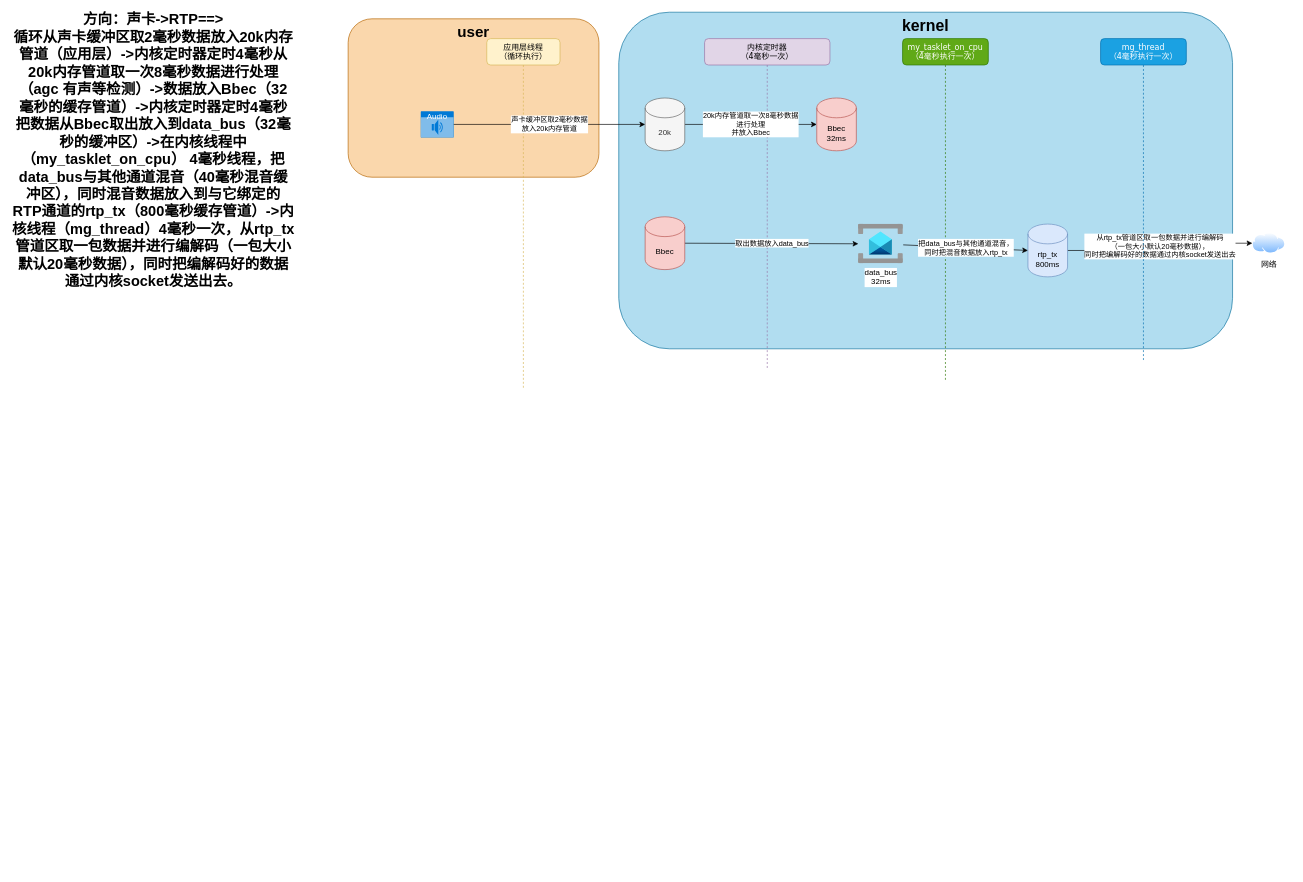
uyuy2043/yy keeps this draw.io diagram as cwp缓冲区数据流图.drawio. Above is the earlier version. Source tidied: cells renumbered, new cells numbered last; positions are measured from the earlier drawing's top-left corner, leaving out a move shared by most shapes. Both pictures are drawn from the tidied source at 66%, with x=0, y=0 at pixel (11, 12).
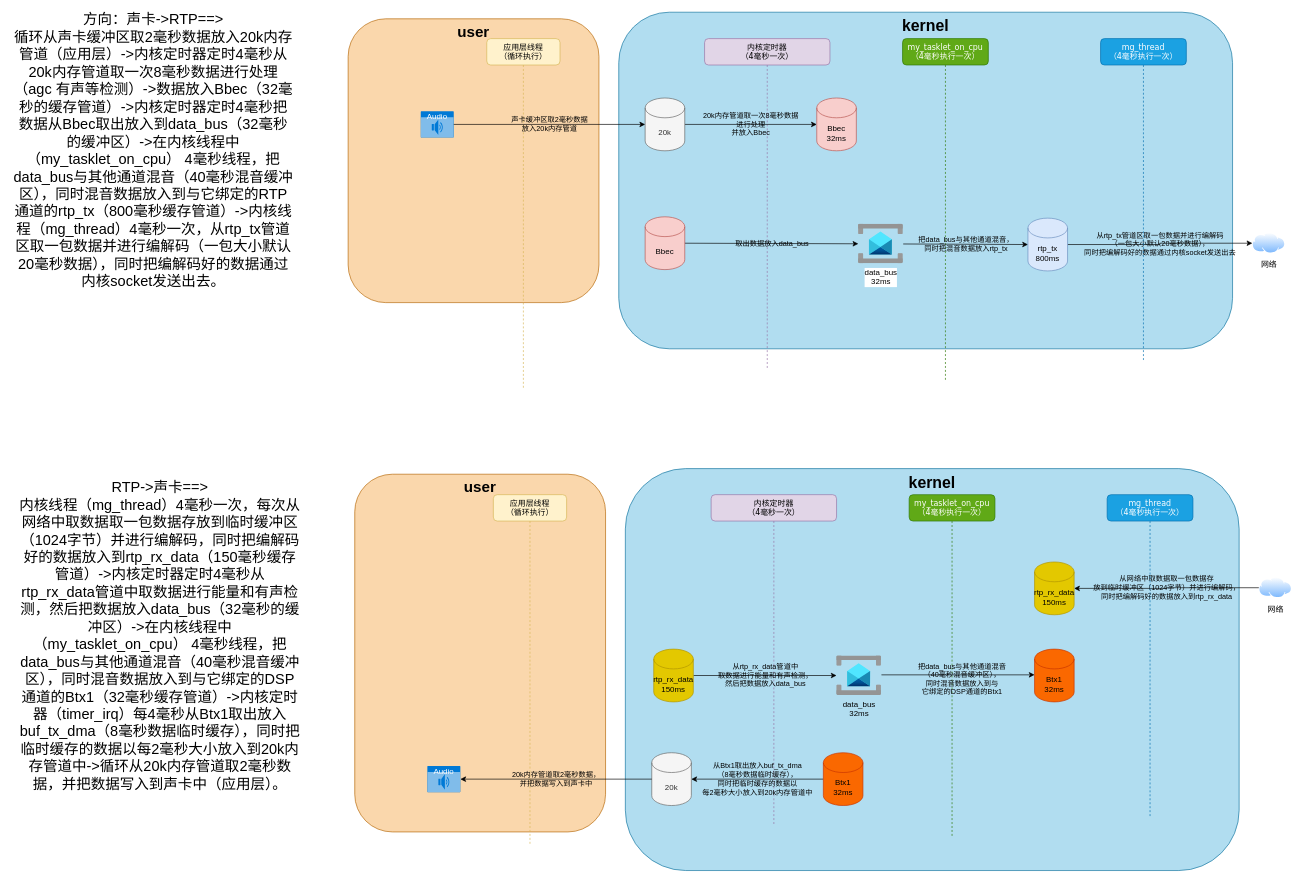
The same page after the edit.

Commit message (it also covers changes not shown here):
更新cwp缓冲区数据流图.drawio

The change refers to these unchanged cells:
```xml
<mxCell id="5" value="Audio" style="html=1;whiteSpace=wrap;strokeColor=none;fillColor=#0079D6;labelPosition=center;verticalLabelPosition=middle;verticalAlign=top;align=center;fontSize=12;outlineConnect=0;spacingTop=-6;fontColor=#FFFFFF;sketch=0;shape=mxgraph.sitemap.audio;" parent="1" vertex="1">
  <mxGeometry x="620" y="150" width="50" height="40" as="geometry" />
</mxCell>
<mxCell id="8" value="20k" style="shape=cylinder3;whiteSpace=wrap;html=1;boundedLbl=1;backgroundOutline=1;size=15;fillColor=#f5f5f5;fontColor=#333333;strokeColor=#666666;" parent="1" vertex="1">
  <mxGeometry x="960" y="130" width="60" height="80" as="geometry" />
</mxCell>
<mxCell id="10" value="Bbec&lt;br&gt;32ms" style="shape=cylinder3;whiteSpace=wrap;html=1;boundedLbl=1;backgroundOutline=1;size=15;fillColor=#f8cecc;strokeColor=#b85450;" parent="1" vertex="1">
  <mxGeometry x="1220" y="130" width="60" height="80" as="geometry" />
</mxCell>
<mxCell id="16" value="Bbec" style="shape=cylinder3;whiteSpace=wrap;html=1;boundedLbl=1;backgroundOutline=1;size=15;fillColor=#f8cecc;strokeColor=#b85450;" parent="1" vertex="1">
  <mxGeometry x="960" y="310" width="60" height="80" as="geometry" />
</mxCell>
<mxCell id="18" value="网络" style="image;perimeter=ellipsePerimeter;html=1;align=center;shadow=0;dashed=0;spacingTop=3;image=img/lib/active_directory/internet_cloud.svg;" parent="1" vertex="1">
  <mxGeometry x="1880" y="334.2" width="50" height="31.5" as="geometry" />
</mxCell>
<mxCell id="19" value="data_bus&lt;br&gt;32ms" style="image;html=1;points=[];align=center;fontSize=12;image=img/lib/azure2/integration/Service_Bus.svg;" parent="1" vertex="1">
  <mxGeometry x="1283" y="321" width="68" height="60" as="geometry" />
</mxCell>
```

Change to the diagram source:
```diff
@@
     <mxCell id="2" value="user" style="rounded=1;whiteSpace=wrap;html=1;fillColor=#fad7ac;strokeColor=#b46504;verticalAlign=top;fontStyle=1;fontSize=23;" parent="1" vertex="1">
-      <mxGeometry x="510" y="10" width="380" height="240" as="geometry" />
+      <mxGeometry x="510" y="10" width="380" height="430" as="geometry" />
     </mxCell>
@@
-    <mxCell id="7" value="20k内存管道取一次8毫秒数据&lt;br&gt;进行处理&lt;br&gt;并放入Bbec" style="edgeStyle=orthogonalEdgeStyle;rounded=0;jettySize=auto;html=1;" parent="1" edge="1" source="8" target="10">
+    <mxCell id="7" value="20k内存管道取一次8毫秒数据&lt;br&gt;进行处理&lt;br&gt;并放入Bbec" style="edgeStyle=orthogonalEdgeStyle;rounded=0;jettySize=auto;html=1;labelBackgroundColor=none;" parent="1" edge="1" source="8" target="10">
       <mxGeometry relative="1" as="geometry" />
     </mxCell>
@@
-    <mxCell id="9" value="取出数据放入data_bus" style="rounded=0;jettySize=auto;html=1;exitX=1;exitY=0.5;exitDx=0;exitDy=0;exitPerimeter=0;" parent="1" edge="1" source="16" target="19">
+    <mxCell id="9" value="取出数据放入data_bus" style="rounded=0;jettySize=auto;html=1;exitX=1;exitY=0.5;exitDx=0;exitDy=0;exitPerimeter=0;labelBackgroundColor=none;" parent="1" edge="1" source="16" target="19">
       <mxGeometry relative="1" as="geometry" />
     </mxCell>
@@
-    <mxCell id="11" value="声卡缓冲区取2毫秒数据&lt;br&gt;放入20k内存管道" style="edgeStyle=orthogonalEdgeStyle;rounded=0;jettySize=auto;html=1;entryX=0;entryY=0.5;entryDx=0;entryDy=0;entryPerimeter=0;" parent="1" edge="1" source="5" target="8">
+    <mxCell id="11" value="声卡缓冲区取2毫秒数据&lt;br&gt;放入20k内存管道" style="edgeStyle=orthogonalEdgeStyle;rounded=0;jettySize=auto;html=1;entryX=0;entryY=0.5;entryDx=0;entryDy=0;entryPerimeter=0;shadow=0;fontColor=default;labelBackgroundColor=none;" parent="1" edge="1" source="5" target="8">
       <mxGeometry relative="1" as="geometry" />
     </mxCell>
@@
-    <mxCell id="13" value="从rtp_tx管道区取一包数据并进行编解码&lt;br&gt;（一包大小默认20毫秒数据），&lt;br&gt;同时把编解码好的数据通过内核socket发送出去" style="edgeStyle=orthogonalEdgeStyle;rounded=0;jettySize=auto;html=1;" parent="1" edge="1" source="14" target="18">
+    <mxCell id="13" value="从rtp_tx管道区取一包数据并进行编解码&lt;br&gt;（一包大小默认20毫秒数据），&lt;br&gt;同时把编解码好的数据通过内核socket发送出去" style="edgeStyle=orthogonalEdgeStyle;rounded=0;jettySize=auto;html=1;labelBackgroundColor=none;" parent="1" edge="1" source="14" target="18">
       <mxGeometry relative="1" as="geometry" />
     </mxCell>
     <mxCell id="14" value="rtp_tx&lt;br&gt;800ms" style="shape=cylinder3;whiteSpace=wrap;html=1;boundedLbl=1;backgroundOutline=1;size=15;fillColor=#dae8fc;strokeColor=#6c8ebf;" parent="1" vertex="1">
-      <mxGeometry x="1540" y="321" width="60" height="80" as="geometry" />
+      <mxGeometry x="1540" y="312" width="60" height="80" as="geometry" />
     </mxCell>
-    <mxCell id="15" value="把data_bus与其他通道混音，&lt;br&gt;同时把混音数据放入rtp_tx" style="rounded=0;jettySize=auto;html=1;entryX=0;entryY=0.5;entryDx=0;entryDy=0;entryPerimeter=0;" parent="1" edge="1" source="19" target="14">
+    <mxCell id="15" value="把data_bus与其他通道混音，&lt;br&gt;同时把混音数据放入rtp_tx" style="rounded=0;jettySize=auto;html=1;entryX=0;entryY=0.5;entryDx=0;entryDy=0;entryPerimeter=0;labelBackgroundColor=none;" parent="1" edge="1" source="19" target="14">
       <mxGeometry relative="1" as="geometry" />
     </mxCell>
@@
-    <mxCell id="20" value="&lt;div style=&quot;font-size: 22px;&quot;&gt;&lt;b style=&quot;&quot;&gt;&lt;font style=&quot;font-size: 22px;&quot;&gt;方向：声卡-&amp;gt;RTP==&amp;gt;&lt;/font&gt;&lt;/b&gt;&lt;/div&gt;&lt;div style=&quot;font-size: 22px;&quot;&gt;&lt;b style=&quot;&quot;&gt;&lt;font style=&quot;font-size: 22px;&quot;&gt;循环从声卡缓冲区取2毫秒数据放入20k内存管道（应用层）-&amp;gt;内核定时器定时4毫秒从20k内存管道取一次8毫秒数据进行处理（agc 有声等检测）-&amp;gt;数据放入Bbec（32毫秒的缓存管道）-&amp;gt;内核定时器定时4毫秒把数据从Bbec取出放入到data_bus（32毫秒的缓冲区）-&amp;gt;在内核线程中（my_tasklet_on_cpu） 4毫秒线程，把data_bus与其他通道混音（40毫秒混音缓冲区），同时混音数据放入到与它绑定的RTP通道的rtp_tx（800毫秒缓存管道）-&amp;gt;内核线程（mg_thread）4毫秒一次，从rtp_tx管道区取一包数据并进行编解码（一包大小默认20毫秒数据），同时把编解码好的数据通过内核socket发送出去。&lt;/font&gt;&lt;/b&gt;&lt;/div&gt;" style="text;html=1;strokeColor=none;fillColor=none;align=center;verticalAlign=middle;whiteSpace=wrap;rounded=0;" parent="1" vertex="1">
+    <mxCell id="20" value="&lt;div style=&quot;font-size: 22px;&quot;&gt;&lt;span style=&quot;&quot;&gt;&lt;font style=&quot;font-size: 22px;&quot;&gt;方向：声卡-&amp;gt;RTP==&amp;gt;&lt;/font&gt;&lt;/span&gt;&lt;/div&gt;&lt;div style=&quot;font-size: 22px;&quot;&gt;&lt;span style=&quot;&quot;&gt;&lt;font style=&quot;font-size: 22px;&quot;&gt;循环从声卡缓冲区取2毫秒数据放入20k内存管道（应用层）-&amp;gt;内核定时器定时4毫秒从20k内存管道取一次8毫秒数据进行处理（agc 有声等检测）-&amp;gt;数据放入Bbec（32毫秒的缓存管道）-&amp;gt;内核定时器定时4毫秒把数据从Bbec取出放入到data_bus（32毫秒的缓冲区）-&amp;gt;在内核线程中（my_tasklet_on_cpu） 4毫秒线程，把data_bus与其他通道混音（40毫秒混音缓冲区），同时混音数据放入到与它绑定的RTP通道的rtp_tx（800毫秒缓存管道）-&amp;gt;内核线程（mg_thread）4毫秒一次，从rtp_tx管道区取一包数据并进行编解码（一包大小默认20毫秒数据），同时把编解码好的数据通过内核socket发送出去。&lt;/font&gt;&lt;/span&gt;&lt;/div&gt;" style="text;html=1;strokeColor=none;fillColor=none;align=center;verticalAlign=middle;whiteSpace=wrap;rounded=0;fontStyle=0;" parent="1" vertex="1">
       <mxGeometry y="10" width="430" height="400" as="geometry" />
     </mxCell>
+    <mxCell id="21" value="user" style="rounded=1;whiteSpace=wrap;html=1;fillColor=#fad7ac;strokeColor=#b46504;verticalAlign=top;fontStyle=1;fontSize=23;" parent="1" vertex="1">
+      <mxGeometry x="520" y="700" width="380" height="542" as="geometry" />
+    </mxCell>
+    <mxCell id="22" value="kernel" style="rounded=1;whiteSpace=wrap;html=1;fillColor=#b1ddf0;strokeColor=#10739e;verticalAlign=top;fontStyle=1;fontSize=24;" parent="1" vertex="1">
+      <mxGeometry x="930" y="691.5" width="930" height="609" as="geometry" />
+    </mxCell>
+    <mxCell id="23" value="应用层线程&lt;br&gt;（循环执行）" style="shape=umlLifeline;perimeter=lifelinePerimeter;whiteSpace=wrap;html=1;rounded=1;shadow=0;comic=0;labelBackgroundColor=none;strokeWidth=1;fontFamily=Verdana;fontSize=12;align=center;fillColor=#fff2cc;strokeColor=#d6b656;" parent="1" vertex="1">
+      <mxGeometry x="730" y="731" width="111" height="530" as="geometry" />
+    </mxCell>
+    <mxCell id="24" value="Audio" style="html=1;whiteSpace=wrap;strokeColor=none;fillColor=#0079D6;labelPosition=center;verticalLabelPosition=middle;verticalAlign=top;align=center;fontSize=12;outlineConnect=0;spacingTop=-6;fontColor=#FFFFFF;sketch=0;shape=mxgraph.sitemap.audio;" parent="1" vertex="1">
+      <mxGeometry x="630" y="1142" width="50" height="40" as="geometry" />
+    </mxCell>
+    <mxCell id="25" value="内核定时器&lt;br&gt;（4毫秒一次）" style="shape=umlLifeline;perimeter=lifelinePerimeter;whiteSpace=wrap;html=1;rounded=1;shadow=0;comic=0;labelBackgroundColor=none;strokeWidth=1;fontFamily=Verdana;fontSize=12;align=center;fillColor=#e1d5e7;strokeColor=#9673a6;" parent="1" vertex="1">
+      <mxGeometry x="1060" y="731" width="190" height="500" as="geometry" />
+    </mxCell>
+    <mxCell id="26" value="从Btx1取出放入buf_tx_dma&lt;br&gt;（8毫秒数据临时缓存），&lt;br&gt;同时把临时缓存的数据以&lt;br&gt;每2毫秒大小放入到20k内存管道中" style="edgeStyle=orthogonalEdgeStyle;rounded=0;jettySize=auto;html=1;startArrow=classic;startFill=1;endArrow=none;endFill=0;labelBackgroundColor=none;" parent="1" edge="1" source="27" target="29">
+      <mxGeometry relative="1" as="geometry" />
+    </mxCell>
+    <mxCell id="27" value="20k" style="shape=cylinder3;whiteSpace=wrap;html=1;boundedLbl=1;backgroundOutline=1;size=15;fillColor=#f5f5f5;fontColor=#333333;strokeColor=#666666;" parent="1" vertex="1">
+      <mxGeometry x="970" y="1122" width="60" height="80" as="geometry" />
+    </mxCell>
+    <mxCell id="28" value="从rtp_rx_data管道中&lt;br&gt;取数据进行能量和有声检测，&lt;br&gt;然后把数据放入data_bus" style="rounded=0;jettySize=auto;html=1;labelBackgroundColor=none;" parent="1" edge="1" source="40" target="38">
+      <mxGeometry relative="1" as="geometry" />
+    </mxCell>
+    <mxCell id="29" value="Btx1&lt;br&gt;32ms" style="shape=cylinder3;whiteSpace=wrap;html=1;boundedLbl=1;backgroundOutline=1;size=15;fillColor=#fa6800;strokeColor=#C73500;fontColor=#000000;" parent="1" vertex="1">
+      <mxGeometry x="1230" y="1122" width="60" height="80" as="geometry" />
+    </mxCell>
+    <mxCell id="30" value="20k内存管道取2毫秒数据，&lt;br&gt;并把数据写入到声卡中" style="edgeStyle=orthogonalEdgeStyle;rounded=0;jettySize=auto;html=1;entryX=0;entryY=0.5;entryDx=0;entryDy=0;entryPerimeter=0;startArrow=classic;startFill=1;endArrow=none;endFill=0;labelBackgroundColor=none;labelBorderColor=none;" parent="1" edge="1" source="24" target="27">
+      <mxGeometry relative="1" as="geometry" />
+    </mxCell>
+    <mxCell id="31" value="my_tasklet_on_cpu（4毫秒执行一次）" style="shape=umlLifeline;perimeter=lifelinePerimeter;whiteSpace=wrap;html=1;rounded=1;shadow=0;comic=0;labelBackgroundColor=none;strokeWidth=1;fontFamily=Verdana;fontSize=12;align=center;fillColor=#60a917;strokeColor=#2D7600;fontColor=#ffffff;" parent="1" vertex="1">
+      <mxGeometry x="1360" y="731" width="130" height="520" as="geometry" />
+    </mxCell>
+    <mxCell id="32" value="从网络中取数据取一包数据存&lt;br&gt;放到临时缓冲区（1024字节）并进行编解码，&lt;br&gt;同时把编解码好的数据放入到rtp_rx_data" style="edgeStyle=orthogonalEdgeStyle;rounded=0;jettySize=auto;html=1;startArrow=classic;startFill=1;endArrow=none;endFill=0;labelBackgroundColor=none;" parent="1" edge="1" source="33" target="36">
+      <mxGeometry relative="1" as="geometry" />
+    </mxCell>
+    <mxCell id="33" value="rtp_rx_data&lt;br&gt;150ms" style="shape=cylinder3;whiteSpace=wrap;html=1;boundedLbl=1;backgroundOutline=1;size=15;fillColor=#e3c800;strokeColor=#B09500;fontColor=#000000;" parent="1" vertex="1">
+      <mxGeometry x="1550" y="833" width="60" height="80" as="geometry" />
+    </mxCell>
+    <mxCell id="34" value="Btx1&lt;br&gt;32ms" style="shape=cylinder3;whiteSpace=wrap;html=1;boundedLbl=1;backgroundOutline=1;size=15;fillColor=#fa6800;strokeColor=#C73500;fontColor=#000000;" parent="1" vertex="1">
+      <mxGeometry x="1550" y="965" width="60" height="80" as="geometry" />
+    </mxCell>
+    <mxCell id="35" value="mg_thread&lt;br&gt;（4毫秒执行一次）" style="shape=umlLifeline;perimeter=lifelinePerimeter;whiteSpace=wrap;html=1;rounded=1;shadow=0;comic=0;labelBackgroundColor=none;strokeWidth=1;fontFamily=Verdana;fontSize=12;align=center;fillColor=#1ba1e2;strokeColor=#006EAF;fontColor=#ffffff;" parent="1" vertex="1">
+      <mxGeometry x="1660" y="731" width="130" height="490" as="geometry" />
+    </mxCell>
+    <mxCell id="36" value="网络" style="image;perimeter=ellipsePerimeter;html=1;align=center;shadow=0;dashed=0;spacingTop=3;image=img/lib/active_directory/internet_cloud.svg;" parent="1" vertex="1">
+      <mxGeometry x="1890" y="856.2" width="50" height="31.5" as="geometry" />
+    </mxCell>
+    <mxCell id="37" value="&lt;br&gt;&lt;span style=&quot;color: rgb(0, 0, 0); font-family: Helvetica; font-size: 11px; font-style: normal; font-variant-ligatures: normal; font-variant-caps: normal; font-weight: 400; letter-spacing: normal; orphans: 2; text-align: center; text-indent: 0px; text-transform: none; widows: 2; word-spacing: 0px; -webkit-text-stroke-width: 0px; text-decoration-thickness: initial; text-decoration-style: initial; text-decoration-color: initial; float: none; display: inline !important;&quot;&gt;把data_bus与其他通道混音&lt;/span&gt;&lt;br style=&quot;border-color: var(--border-color); color: rgb(0, 0, 0); font-family: Helvetica; font-size: 11px; font-style: normal; font-variant-ligatures: normal; font-variant-caps: normal; font-weight: 400; letter-spacing: normal; orphans: 2; text-align: center; text-indent: 0px; text-transform: none; widows: 2; word-spacing: 0px; -webkit-text-stroke-width: 0px; text-decoration-thickness: initial; text-decoration-style: initial; text-decoration-color: initial;&quot;&gt;&lt;span style=&quot;color: rgb(0, 0, 0); font-family: Helvetica; font-size: 11px; font-style: normal; font-variant-ligatures: normal; font-variant-caps: normal; font-weight: 400; letter-spacing: normal; orphans: 2; text-align: center; text-indent: 0px; text-transform: none; widows: 2; word-spacing: 0px; -webkit-text-stroke-width: 0px; text-decoration-thickness: initial; text-decoration-style: initial; text-decoration-color: initial; float: none; display: inline !important;&quot;&gt;（40毫秒混音缓冲区），&lt;/span&gt;&lt;br style=&quot;border-color: var(--border-color); color: rgb(0, 0, 0); font-family: Helvetica; font-size: 11px; font-style: normal; font-variant-ligatures: normal; font-variant-caps: normal; font-weight: 400; letter-spacing: normal; orphans: 2; text-align: center; text-indent: 0px; text-transform: none; widows: 2; word-spacing: 0px; -webkit-text-stroke-width: 0px; text-decoration-thickness: initial; text-decoration-style: initial; text-decoration-color: initial;&quot;&gt;&lt;span style=&quot;color: rgb(0, 0, 0); font-family: Helvetica; font-size: 11px; font-style: normal; font-variant-ligatures: normal; font-variant-caps: normal; font-weight: 400; letter-spacing: normal; orphans: 2; text-align: center; text-indent: 0px; text-transform: none; widows: 2; word-spacing: 0px; -webkit-text-stroke-width: 0px; text-decoration-thickness: initial; text-decoration-style: initial; text-decoration-color: initial; float: none; display: inline !important;&quot;&gt;同时混音数据放入到与&lt;br&gt;它绑定的DSP通道的Btx1&lt;/span&gt;&lt;br&gt;" style="edgeStyle=orthogonalEdgeStyle;rounded=0;orthogonalLoop=1;jettySize=auto;html=1;labelBackgroundColor=none;" parent="1" edge="1">
+      <mxGeometry x="0.05" relative="1" as="geometry">
+        <mxPoint x="1318" y="1004" as="sourcePoint" />
+        <mxPoint x="1550" y="1004" as="targetPoint" />
+      </mxGeometry>
+    </mxCell>
+    <mxCell id="38" value="data_bus&lt;br&gt;32ms" style="image;html=1;points=[];align=center;fontSize=12;image=img/lib/azure2/integration/Service_Bus.svg;labelBackgroundColor=none;" parent="1" vertex="1">
+      <mxGeometry x="1250" y="975" width="68" height="60" as="geometry" />
+    </mxCell>
+    <mxCell id="39" value="&lt;div style=&quot;font-size: 22px;&quot;&gt;&lt;div&gt;RTP-&amp;gt;声卡==&amp;gt;&lt;/div&gt;&lt;div&gt;内核线程（mg_thread）4毫秒一次，每次从网络中取数据取一包数据存放到临时缓冲区（1024字节）并进行编解码，同时把编解码好的数据放入到rtp_rx_data（150毫秒缓存管道）-&amp;gt;内核定时器定时4毫秒从rtp_rx_data管道中取数据进行能量和有声检测，然后把数据放入data_bus（32毫秒的缓冲区）-&amp;gt;在内核线程中（my_tasklet_on_cpu） 4毫秒线程，把data_bus与其他通道混音（40毫秒混音缓冲区），同时混音数据放入到与它绑定的DSP通道的Btx1（32毫秒缓存管道）-&amp;gt;内核定时器（timer_irq）每4毫秒从Btx1取出放入buf_tx_dma（8毫秒数据临时缓存），同时把临时缓存的数据以每2毫秒大小放入到20k内存管道中-&amp;gt;循环从20k内存管道取2毫秒数据，并把数据写入到声卡中（应用层）。&lt;/div&gt;&lt;/div&gt;" style="text;html=1;strokeColor=none;fillColor=none;align=center;verticalAlign=middle;whiteSpace=wrap;rounded=0;fontStyle=0;" parent="1" vertex="1">
+      <mxGeometry x="10" y="740" width="430" height="410" as="geometry" />
+    </mxCell>
+    <mxCell id="40" value="rtp_rx_data&lt;br&gt;150ms" style="shape=cylinder3;whiteSpace=wrap;html=1;boundedLbl=1;backgroundOutline=1;size=15;fillColor=#e3c800;strokeColor=#B09500;fontColor=#000000;" parent="1" vertex="1">
+      <mxGeometry x="973" y="965" width="60" height="80" as="geometry" />
+    </mxCell>
```
